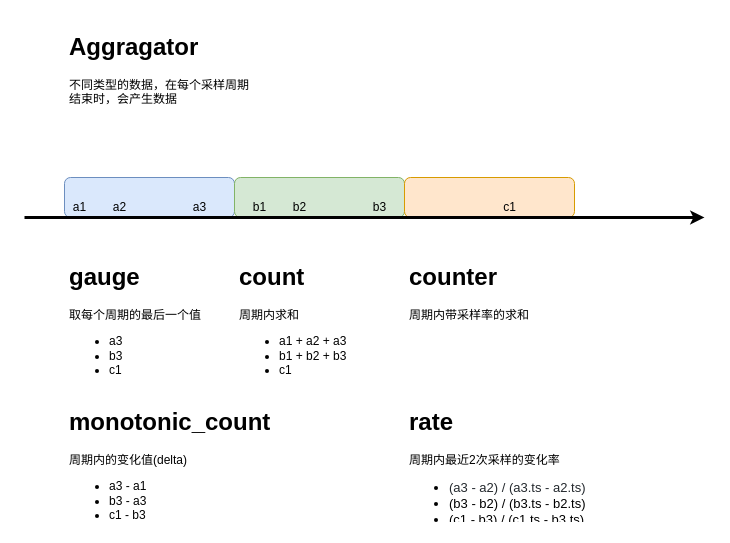
The draw.io diagram page "metrics" (3 of 3) of n9e.drawio in yubo/draw, before the edit. Source tidied: cells renumbered, new cells numbered last; positions are measured from the earlier drawing's top-left corner, leaving out a move shared by most shapes. Both pictures are drawn from the tidied source at 100%, with x=0, y=0 at pixel (24, 27).
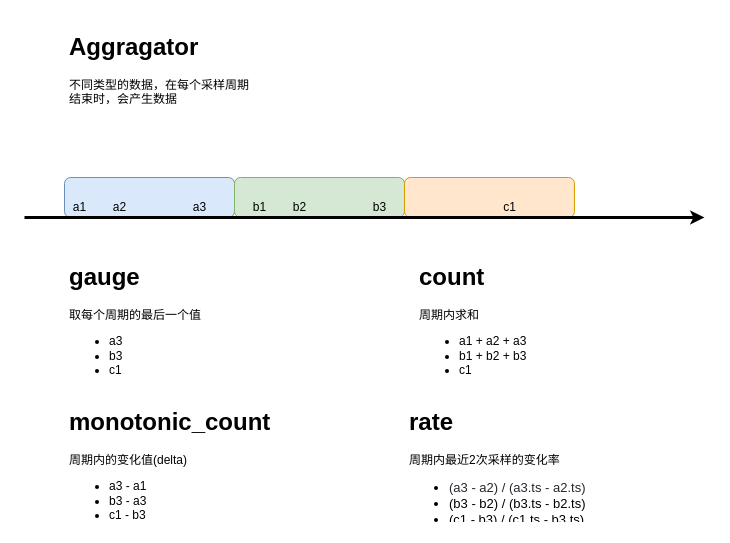
After the change.

Change to the diagram source:
```diff
@@
 <mxGraphModel>
   <root>
     <mxCell id="0" />
     <mxCell id="1" parent="0" />
     <mxCell id="2" style="rounded=1;whiteSpace=wrap;html=1;fillColor=#dae8fc;strokeColor=#6c8ebf;" parent="1" vertex="1">
       <mxGeometry x="40" y="150" width="170" height="40" as="geometry" />
     </mxCell>
     <mxCell id="3" value="&lt;h1&gt;Aggragator&lt;/h1&gt;&lt;p&gt;不同类型的数据，在每个采样周期结束时，会产生数据&lt;/p&gt;" style="text;html=1;strokeColor=none;fillColor=none;spacing=5;spacingTop=-20;whiteSpace=wrap;overflow=hidden;rounded=0;" parent="1" vertex="1">
       <mxGeometry x="40" width="190" height="90" as="geometry" />
     </mxCell>
     <mxCell id="4" value="a1" style="text;html=1;align=center;verticalAlign=middle;strokeColor=none;" parent="1" vertex="1">
       <mxGeometry x="40" y="170" width="30" height="20" as="geometry" />
     </mxCell>
     <mxCell id="5" value="a2" style="text;html=1;align=center;verticalAlign=middle;strokeColor=none;" parent="1" vertex="1">
       <mxGeometry x="80" y="170" width="30" height="20" as="geometry" />
     </mxCell>
     <mxCell id="6" value="a3" style="text;html=1;align=center;verticalAlign=middle;strokeColor=none;" parent="1" vertex="1">
       <mxGeometry x="160" y="170" width="30" height="20" as="geometry" />
     </mxCell>
     <mxCell id="7" style="rounded=1;whiteSpace=wrap;html=1;fillColor=#d5e8d4;strokeColor=#82b366;" parent="1" vertex="1">
       <mxGeometry x="210" y="150" width="170" height="40" as="geometry" />
     </mxCell>
     <mxCell id="8" style="rounded=1;whiteSpace=wrap;html=1;fillColor=#ffe6cc;strokeColor=#d79b00;" parent="1" vertex="1">
       <mxGeometry x="380" y="150" width="170" height="40" as="geometry" />
     </mxCell>
     <mxCell id="9" value="b1" style="text;html=1;align=center;verticalAlign=middle;strokeColor=none;" parent="1" vertex="1">
       <mxGeometry x="220" y="170" width="30" height="20" as="geometry" />
     </mxCell>
     <mxCell id="10" value="b2" style="text;html=1;align=center;verticalAlign=middle;strokeColor=none;" parent="1" vertex="1">
       <mxGeometry x="260" y="170" width="30" height="20" as="geometry" />
     </mxCell>
     <mxCell id="11" value="b3" style="text;html=1;align=center;verticalAlign=middle;strokeColor=none;" parent="1" vertex="1">
       <mxGeometry x="340" y="170" width="30" height="20" as="geometry" />
     </mxCell>
     <mxCell id="12" value="c1" style="text;html=1;align=center;verticalAlign=middle;strokeColor=none;" parent="1" vertex="1">
       <mxGeometry x="470" y="170" width="30" height="20" as="geometry" />
     </mxCell>
     <mxCell id="13" value="&lt;h1&gt;gauge&lt;/h1&gt;&lt;p&gt;取每个周期的最后一个值&lt;/p&gt;&lt;p&gt;&lt;ul&gt;&lt;li&gt;a3&lt;/li&gt;&lt;li&gt;b3&lt;/li&gt;&lt;li&gt;c1&lt;/li&gt;&lt;/ul&gt;&lt;/p&gt;" style="text;html=1;strokeColor=none;fillColor=none;spacing=5;spacingTop=-20;whiteSpace=wrap;overflow=hidden;rounded=0;" parent="1" vertex="1">
       <mxGeometry x="40" y="230" width="190" height="120" as="geometry" />
     </mxCell>
     <mxCell id="14" value="&lt;h1&gt;count&lt;/h1&gt;&lt;p&gt;周期内求和&lt;/p&gt;&lt;p&gt;&lt;/p&gt;&lt;ul&gt;&lt;li&gt;a1 + a2 + a3&lt;/li&gt;&lt;li&gt;b1 + b2 + b3&lt;/li&gt;&lt;li&gt;c1&lt;/li&gt;&lt;/ul&gt;&lt;p&gt;&lt;/p&gt;" style="text;html=1;strokeColor=none;fillColor=none;spacing=5;spacingTop=-20;whiteSpace=wrap;overflow=hidden;rounded=0;" parent="1" vertex="1">
-      <mxGeometry x="210" y="230" width="190" height="120" as="geometry" />
+      <mxGeometry x="390" y="230" width="190" height="120" as="geometry" />
     </mxCell>
-    <mxCell id="15" value="&lt;h1&gt;counter&lt;/h1&gt;&lt;p&gt;周期内带采样率的求和&lt;/p&gt;&lt;p&gt;&lt;/p&gt;" style="text;html=1;strokeColor=none;fillColor=none;spacing=5;spacingTop=-20;whiteSpace=wrap;overflow=hidden;rounded=0;" parent="1" vertex="1">
-      <mxGeometry x="380" y="230" width="190" height="120" as="geometry" />
-    </mxCell>
     <mxCell id="16" value="&lt;h1&gt;monotonic_count&lt;/h1&gt;&lt;p&gt;周期内的变化值(delta)&lt;/p&gt;&lt;p&gt;&lt;/p&gt;&lt;ul&gt;&lt;li&gt;a3 - a1&lt;/li&gt;&lt;li&gt;b3 - a3&lt;/li&gt;&lt;li&gt;c1 - b3&lt;/li&gt;&lt;/ul&gt;&lt;p&gt;&lt;/p&gt;" style="text;html=1;strokeColor=none;fillColor=none;spacing=5;spacingTop=-20;whiteSpace=wrap;overflow=hidden;rounded=0;" parent="1" vertex="1">
       <mxGeometry x="40" y="375" width="231" height="120" as="geometry" />
     </mxCell>
     <mxCell id="17" value="&lt;h1&gt;rate&lt;/h1&gt;&lt;p&gt;周期内最近2次采样的变化率&lt;/p&gt;&lt;ul style=&quot;font-size: 13px&quot;&gt;&lt;li&gt;&lt;span style=&quot;color: rgb(36 , 41 , 46)&quot;&gt;(a3 - a2) / (a3.ts - a2.ts)&lt;/span&gt;&lt;br&gt;&lt;/li&gt;&lt;li&gt;(b3 - b2) / (b3.ts - b2.ts)&lt;/li&gt;&lt;li&gt;(c1 - b3) / (c1.ts - b3.ts)&lt;/li&gt;&lt;/ul&gt;&lt;p&gt;&lt;/p&gt;" style="text;html=1;strokeColor=none;fillColor=none;spacing=5;spacingTop=-20;whiteSpace=wrap;overflow=hidden;rounded=0;" parent="1" vertex="1">
       <mxGeometry x="380" y="375" width="231" height="120" as="geometry" />
     </mxCell>
     <mxCell id="18" style="endArrow=classic;html=1;shadow=0;targetPerimeterSpacing=0;strokeColor=#000000;strokeWidth=3;endSize=5;" parent="1" edge="1">
       <mxGeometry relative="1" as="geometry">
         <mxPoint y="190" as="sourcePoint" />
         <mxPoint x="680" y="190" as="targetPoint" />
       </mxGeometry>
     </mxCell>
   </root>
 </mxGraphModel>
```
